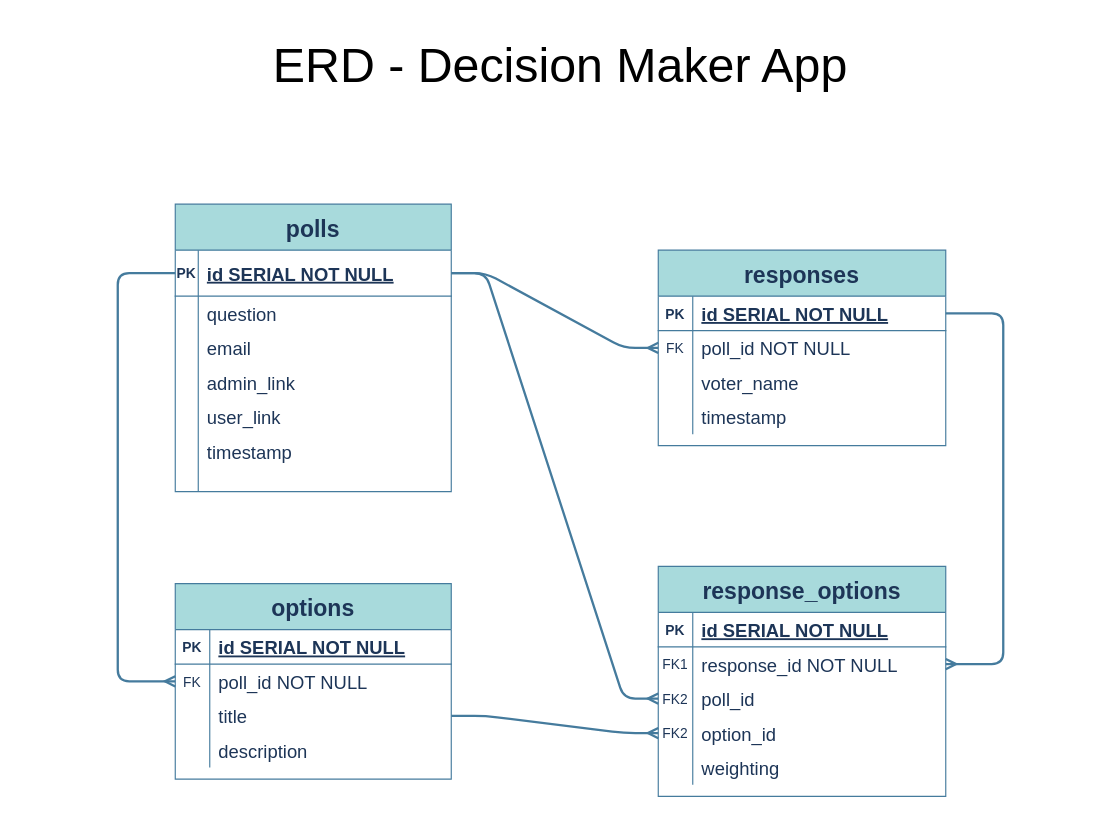
Above: docs/ERD.drawio in gybubest/midterm (draw.io), before the change. Source tidied: cells renumbered, new cells numbered last; positions are measured from the earlier drawing's top-left corner, leaving out a move shared by most shapes. Both pictures are drawn from the tidied source at 115%, with x=0, y=0 at pixel (20, 20).
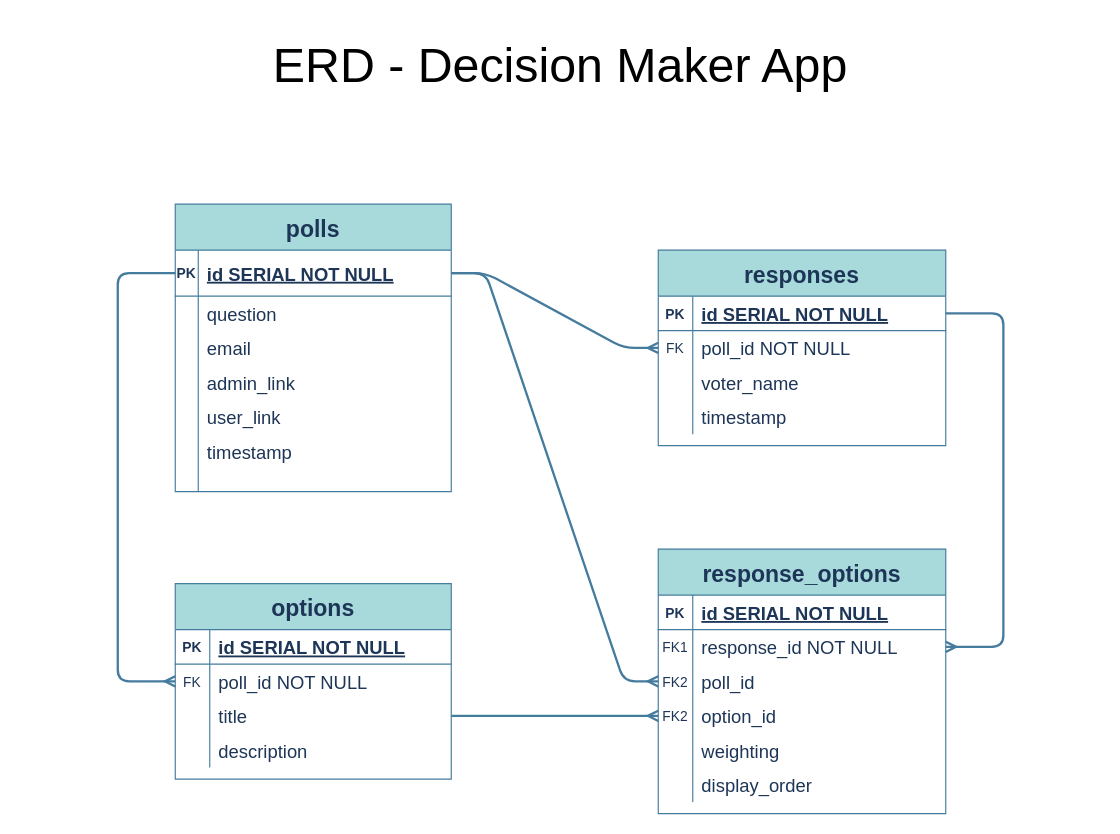
Above is the later version.

Commit message:
Update ERD.drawio - added display_order to response_options table

The change refers to these unchanged cells:
```xml
<mxCell id="4" style="shape=partialRectangle;fillColor=none;points=[[0,0.5],[1,0.5]];portConstraint=eastwest;top=0;left=0;right=0;bottom=1;strokeColor=#457B9D;fontColor=#1D3557;" parent="3" vertex="1">
  <mxGeometry y="40" width="250" height="30" as="geometry" />
</mxCell>
<mxCell id="56" style="shape=partialRectangle;fillColor=none;points=[[0,0.5],[1,0.5]];portConstraint=eastwest;top=0;left=0;right=0;bottom=0;strokeColor=#457B9D;fontColor=#1D3557;" parent="52" vertex="1">
  <mxGeometry y="70" width="250" height="30" as="geometry" />
</mxCell>
```

What changed in the source:
```diff
@@
     <mxCell id="52" value="response_options" style="shape=table;startSize=40;childLayout=tableLayout;rowLines=0;fontStyle=1;align=center;fontSize=20;fillColor=#A8DADC;strokeColor=#457B9D;fontColor=#1D3557;" parent="1" vertex="1">
-      <mxGeometry x="554.9" y="475" width="250" height="200" as="geometry" />
+      <mxGeometry x="554.9" y="460" width="250" height="230" as="geometry" />
     </mxCell>
@@
+    <mxCell id="72" style="shape=partialRectangle;fillColor=none;top=0;left=0;right=0;bottom=0;strokeColor=#457B9D;fontColor=#1D3557;" parent="52" vertex="1">
+      <mxGeometry y="190" width="250" height="30" as="geometry" />
+    </mxCell>
+    <mxCell id="73" style="shape=partialRectangle;overflow=hidden;fillColor=none;top=0;left=0;bottom=0;right=0;strokeColor=#457B9D;fontColor=#1D3557;" parent="72" vertex="1">
+      <mxGeometry width="30" height="30" as="geometry" />
+    </mxCell>
+    <mxCell id="74" value="display_order" style="shape=partialRectangle;overflow=hidden;fillColor=none;top=0;left=0;bottom=0;right=0;align=left;spacingLeft=6;fontSize=16;strokeColor=#457B9D;fontColor=#1D3557;" parent="72" vertex="1">
+      <mxGeometry x="30" width="220" height="30" as="geometry" />
+    </mxCell>
@@
     <mxCell id="69" style="edgeStyle=orthogonalEdgeStyle;curved=0;rounded=1;sketch=0;jettySize=auto;html=1;exitX=1;exitY=0.5;exitDx=0;exitDy=0;entryX=1;entryY=0.5;entryDx=0;entryDy=0;strokeColor=#457B9D;strokeWidth=2;fillColor=#A8DADC;fontColor=#1D3557;endArrow=ERmany;endFill=0;" parent="1" edge="1" source="4" target="56">
       <mxGeometry relative="1" as="geometry">
         <Array as="points">
-          <mxPoint x="854.9" y="255" />
-          <mxPoint x="854.9" y="560" />
+          <mxPoint x="855" y="255" />
+          <mxPoint x="855" y="545" />
         </Array>
       </mxGeometry>
     </mxCell>
```
